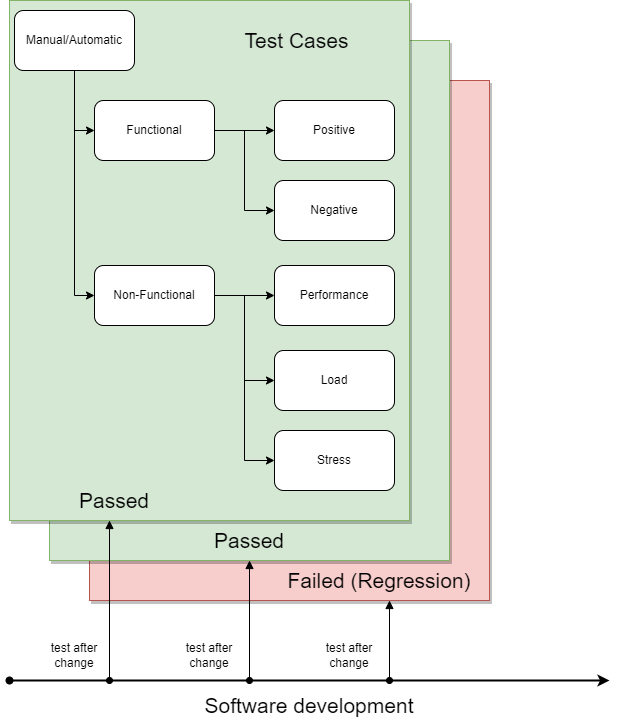
Above: Assets/images/test-types.png in braboj/tutorial-testing (draw.io), before the change. Source tidied: cells renumbered, new cells last; positions are measured from the earlier drawing's top-left corner, leaving out a move shared by most shapes.
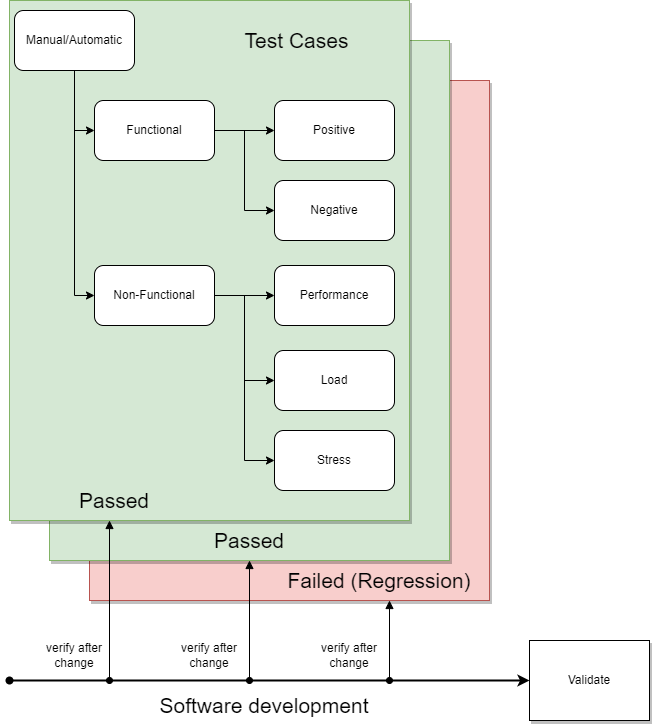
The same file after the commit.

What changed in the source:
```diff
@@ -59,7 +59,7 @@
     <mxCell id="20" style="endArrow=classic;html=1;rounded=0;startArrow=oval;startFill=1;strokeWidth=2;" parent="1" edge="1">
       <mxGeometry relative="1" as="geometry">
         <mxPoint y="680" as="sourcePoint" />
-        <mxPoint x="600" y="680" as="targetPoint" />
+        <mxPoint x="520" y="680" as="targetPoint" />
       </mxGeometry>
     </mxCell>
     <mxCell id="21" style="endArrow=block;html=1;rounded=0;strokeWidth=1;entryX=0.25;entryY=1;entryDx=0;entryDy=0;startArrow=oval;startFill=1;endFill=1;targetPerimeterSpacing=0;endSize=6;" parent="1" edge="1" target="4">
@@ -79,17 +79,17 @@
         <mxPoint x="380" y="600" as="targetPoint" />
       </mxGeometry>
     </mxCell>
-    <mxCell id="24" value="test after change" style="text;html=1;strokeColor=none;fillColor=none;align=center;verticalAlign=middle;whiteSpace=wrap;rounded=0;" parent="1" vertex="1">
+    <mxCell id="24" value="verify after change" style="text;html=1;strokeColor=none;fillColor=none;align=center;verticalAlign=middle;whiteSpace=wrap;rounded=0;" parent="1" vertex="1">
       <mxGeometry x="35" y="640" width="60" height="30" as="geometry" />
     </mxCell>
-    <mxCell id="25" value="test after change" style="text;html=1;strokeColor=none;fillColor=none;align=center;verticalAlign=middle;whiteSpace=wrap;rounded=0;" parent="1" vertex="1">
+    <mxCell id="25" value="verify after change" style="text;html=1;strokeColor=none;fillColor=none;align=center;verticalAlign=middle;whiteSpace=wrap;rounded=0;" parent="1" vertex="1">
       <mxGeometry x="170" y="640" width="60" height="30" as="geometry" />
     </mxCell>
-    <mxCell id="26" value="test after change" style="text;html=1;strokeColor=none;fillColor=none;align=center;verticalAlign=middle;whiteSpace=wrap;rounded=0;" parent="1" vertex="1">
+    <mxCell id="26" value="verify after change" style="text;html=1;strokeColor=none;fillColor=none;align=center;verticalAlign=middle;whiteSpace=wrap;rounded=0;" parent="1" vertex="1">
       <mxGeometry x="310" y="640" width="60" height="30" as="geometry" />
     </mxCell>
     <mxCell id="27" value="Software development" style="text;html=1;strokeColor=none;fillColor=none;align=center;verticalAlign=middle;whiteSpace=wrap;rounded=0;fontSize=21;fontStyle=0;" parent="1" vertex="1">
-      <mxGeometry y="690" width="600" height="30" as="geometry" />
+      <mxGeometry y="690" width="510" height="30" as="geometry" />
     </mxCell>
     <mxCell id="28" value="Passed" style="text;html=1;strokeColor=none;fillColor=none;align=center;verticalAlign=middle;whiteSpace=wrap;rounded=0;fontSize=21;" parent="1" vertex="1">
       <mxGeometry x="50" y="480" width="110" height="40" as="geometry" />
@@ -103,5 +103,8 @@
     <mxCell id="31" value="Test Cases" style="text;html=1;strokeColor=none;fillColor=none;align=center;verticalAlign=middle;whiteSpace=wrap;rounded=0;shadow=1;glass=0;sketch=0;fontSize=21;" parent="1" vertex="1">
       <mxGeometry x="190" y="25" width="195" height="30" as="geometry" />
     </mxCell>
+    <mxCell id="32" value="Validate" style="rounded=0;whiteSpace=wrap;html=1;shadow=1;sketch=0;glass=0;" parent="1" vertex="1">
+      <mxGeometry x="520" y="640" width="120" height="80" as="geometry" />
+    </mxCell>
   </root>
 </mxGraphModel>
```
